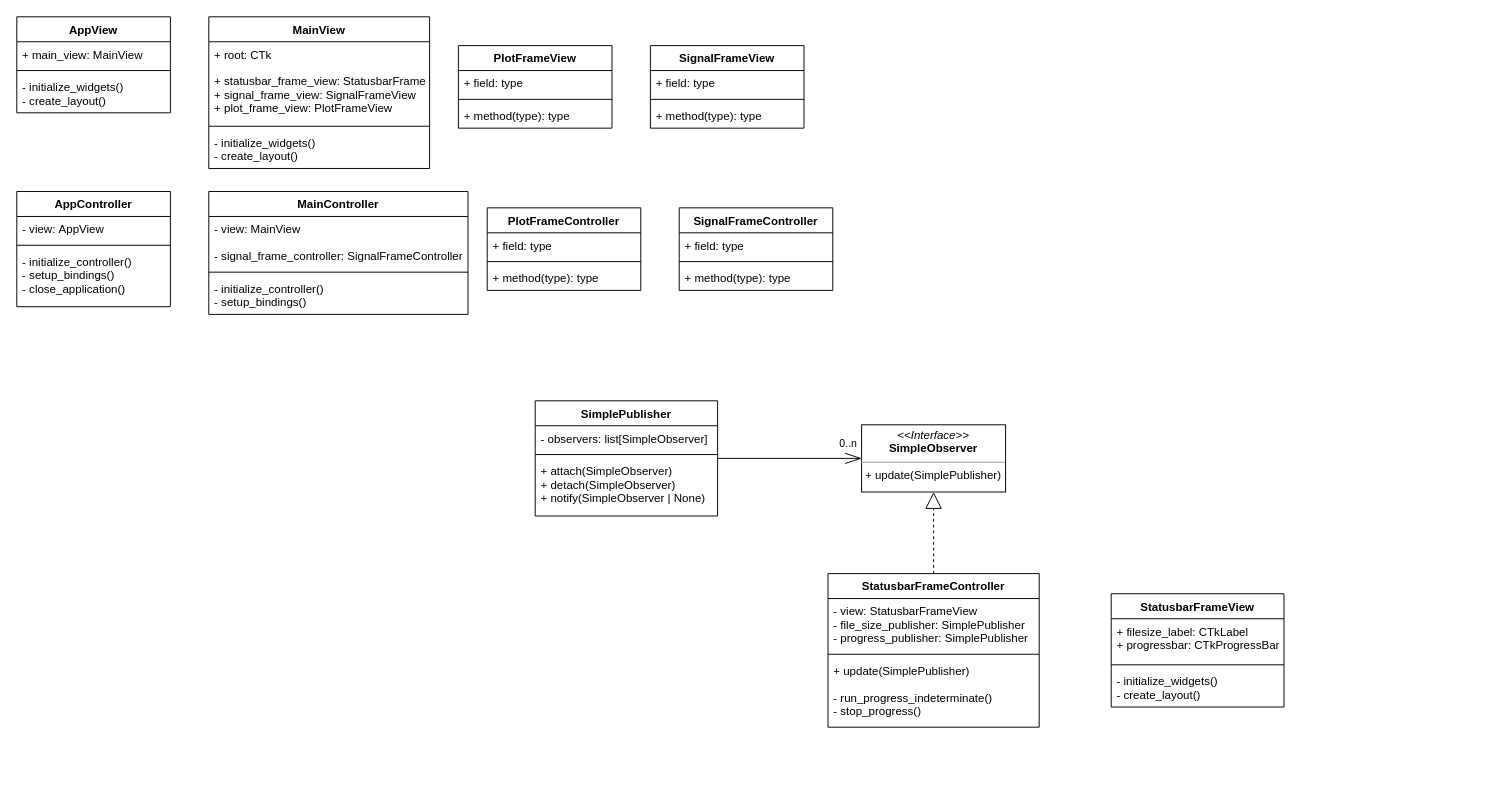
Above: UML.drawio in SamerKharabish/CSVision (draw.io), before the change. Source tidied: cells renumbered, new cells numbered last; positions are measured from the earlier drawing's top-left corner, leaving out a move shared by most shapes. Both pictures are drawn from the tidied source at 96%, with x=0, y=0 at pixel (16, 16).
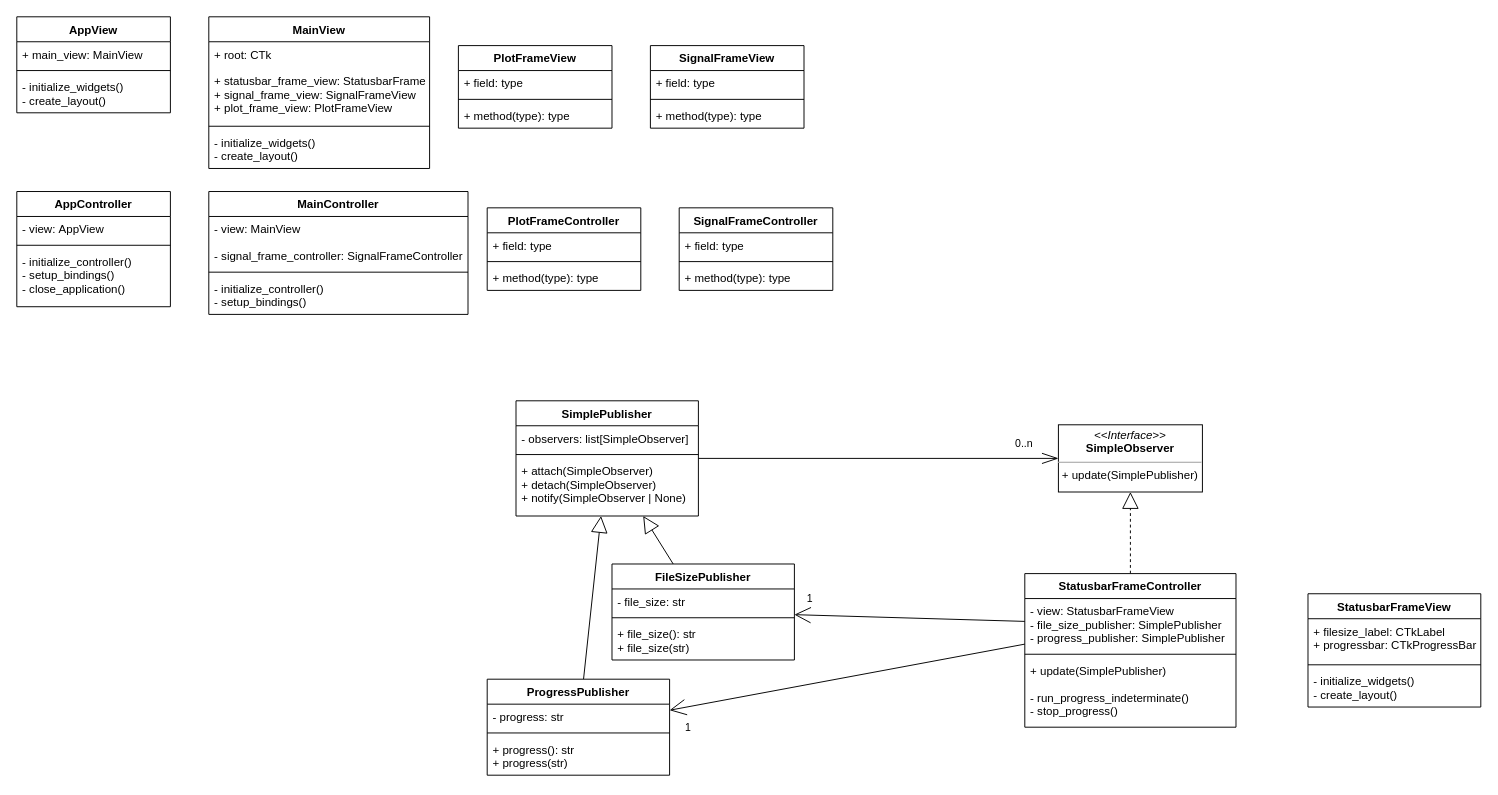
Above is the later version.

Unchanged cells that the change refers to:
```xml
<mxCell id="16" value="- view: StatusbarFrameView&#10;- file_size_publisher: SimplePublisher&#10;- progress_publisher: SimplePublisher" style="text;strokeColor=none;fillColor=none;align=left;verticalAlign=top;spacingLeft=4;spacingRight=4;overflow=hidden;points=[[0,0.5],[1,0.5]];portConstraint=eastwest;rounded=0;" parent="15" vertex="1">
  <mxGeometry y="26" width="220" height="54" as="geometry" />
</mxCell>
```

The edit, as a diff of the source:
```diff
@@
     <mxCell id="15" value="StatusbarFrameController" style="swimlane;fontStyle=1;align=center;verticalAlign=top;horizontal=1;startSize=26;rounded=0;" parent="1" vertex="1">
-      <mxGeometry x="845" y="580" width="220" height="160" as="geometry" />
+      <mxGeometry x="1050" y="580" width="220" height="160" as="geometry" />
     </mxCell>
@@
     <mxCell id="31" value="StatusbarFrameView" style="swimlane;fontStyle=1;align=center;verticalAlign=top;horizontal=1;startSize=26;rounded=0;" parent="1" vertex="1">
-      <mxGeometry x="1140" y="601" width="180" height="118" as="geometry" />
+      <mxGeometry x="1345" y="601" width="180" height="118" as="geometry" />
     </mxCell>
@@
     <mxCell id="45" value="SimplePublisher" style="swimlane;fontStyle=1;align=center;verticalAlign=top;horizontal=1;startSize=26;rounded=0;" parent="1" vertex="1">
-      <mxGeometry x="540" y="400" width="190" height="120" as="geometry" />
+      <mxGeometry x="520" y="400" width="190" height="120" as="geometry" />
     </mxCell>
@@
     <mxCell id="49" value="&lt;p style=&quot;margin:0px;margin-top:4px;text-align:center;&quot;&gt;&lt;i&gt;&amp;lt;&amp;lt;Interface&amp;gt;&amp;gt;&lt;/i&gt;&lt;br&gt;&lt;b&gt;SimpleObserver&lt;/b&gt;&lt;/p&gt;&lt;hr size=&quot;1&quot;&gt;&lt;p style=&quot;margin:0px;margin-left:4px;&quot;&gt;&lt;/p&gt;&lt;p style=&quot;margin:0px;margin-left:4px;&quot;&gt;&lt;span style=&quot;background-color: initial;&quot;&gt;+ update(SimplePublisher)&lt;/span&gt;&lt;/p&gt;" style="verticalAlign=top;align=left;overflow=fill;fontSize=12;fontFamily=Helvetica;html=1;" parent="1" vertex="1">
-      <mxGeometry x="880" y="425" width="150" height="70" as="geometry" />
+      <mxGeometry x="1085" y="425" width="150" height="70" as="geometry" />
     </mxCell>
+    <mxCell id="50" style="edgeStyle=none;html=1;endArrow=block;endFill=0;endSize=15;" parent="1" edge="1" source="51" target="45">
+      <mxGeometry relative="1" as="geometry" />
+    </mxCell>
+    <mxCell id="51" value="ProgressPublisher" style="swimlane;fontStyle=1;align=center;verticalAlign=top;horizontal=1;startSize=26;rounded=0;" parent="1" vertex="1">
+      <mxGeometry x="490" y="690" width="190" height="100" as="geometry" />
+    </mxCell>
+    <mxCell id="52" value="- progress: str" style="text;strokeColor=none;fillColor=none;align=left;verticalAlign=top;spacingLeft=4;spacingRight=4;overflow=hidden;rounded=0;" parent="51" vertex="1">
+      <mxGeometry y="26" width="190" height="26" as="geometry" />
+    </mxCell>
+    <mxCell id="53" style="line;strokeWidth=1;fillColor=none;align=left;verticalAlign=middle;spacingTop=-1;spacingLeft=3;spacingRight=3;labelPosition=right;strokeColor=inherit;rounded=0;" parent="51" vertex="1">
+      <mxGeometry y="52" width="190" height="8" as="geometry" />
+    </mxCell>
+    <mxCell id="54" value="+ progress(): str&#10;+ progress(str)" style="text;strokeColor=none;fillColor=none;align=left;verticalAlign=top;spacingLeft=4;spacingRight=4;overflow=hidden;rounded=0;" parent="51" vertex="1">
+      <mxGeometry y="60" width="190" height="40" as="geometry" />
+    </mxCell>
+    <mxCell id="55" style="edgeStyle=none;html=1;endArrow=block;endFill=0;endSize=15;" parent="1" edge="1" source="56" target="45">
+      <mxGeometry relative="1" as="geometry" />
+    </mxCell>
+    <mxCell id="56" value="FileSizePublisher" style="swimlane;fontStyle=1;align=center;verticalAlign=top;horizontal=1;startSize=26;rounded=0;" parent="1" vertex="1">
+      <mxGeometry x="620" y="570" width="190" height="100" as="geometry" />
+    </mxCell>
+    <mxCell id="57" value="- file_size: str" style="text;strokeColor=none;fillColor=none;align=left;verticalAlign=top;spacingLeft=4;spacingRight=4;overflow=hidden;rounded=0;" parent="56" vertex="1">
+      <mxGeometry y="26" width="190" height="26" as="geometry" />
+    </mxCell>
+    <mxCell id="58" style="line;strokeWidth=1;fillColor=none;align=left;verticalAlign=middle;spacingTop=-1;spacingLeft=3;spacingRight=3;labelPosition=right;strokeColor=inherit;rounded=0;" parent="56" vertex="1">
+      <mxGeometry y="52" width="190" height="8" as="geometry" />
+    </mxCell>
+    <mxCell id="59" value="+ file_size(): str&#10;+ file_size(str)" style="text;strokeColor=none;fillColor=none;align=left;verticalAlign=top;spacingLeft=4;spacingRight=4;overflow=hidden;rounded=0;" parent="56" vertex="1">
+      <mxGeometry y="60" width="190" height="40" as="geometry" />
+    </mxCell>
+    <mxCell id="60" style="edgeStyle=none;html=1;endArrow=open;endFill=0;endSize=15;" parent="1" edge="1" source="16" target="56">
+      <mxGeometry relative="1" as="geometry" />
+    </mxCell>
+    <mxCell id="61" value="1" style="edgeLabel;html=1;align=center;verticalAlign=middle;" parent="60" vertex="1">
+      <mxGeometry x="0.87" y="3" relative="1" as="geometry">
+        <mxPoint x="-1" y="-21" as="offset" />
+      </mxGeometry>
+    </mxCell>
+    <mxCell id="62" style="edgeStyle=none;html=1;endArrow=open;endFill=0;endSize=15;" parent="1" edge="1" source="16" target="51">
+      <mxGeometry relative="1" as="geometry" />
+    </mxCell>
+    <mxCell id="63" value="1" style="edgeLabel;html=1;align=center;verticalAlign=middle;" parent="62" vertex="1">
+      <mxGeometry x="0.88" y="4" relative="1" as="geometry">
+        <mxPoint x="-4" y="17" as="offset" />
+      </mxGeometry>
+    </mxCell>
```
